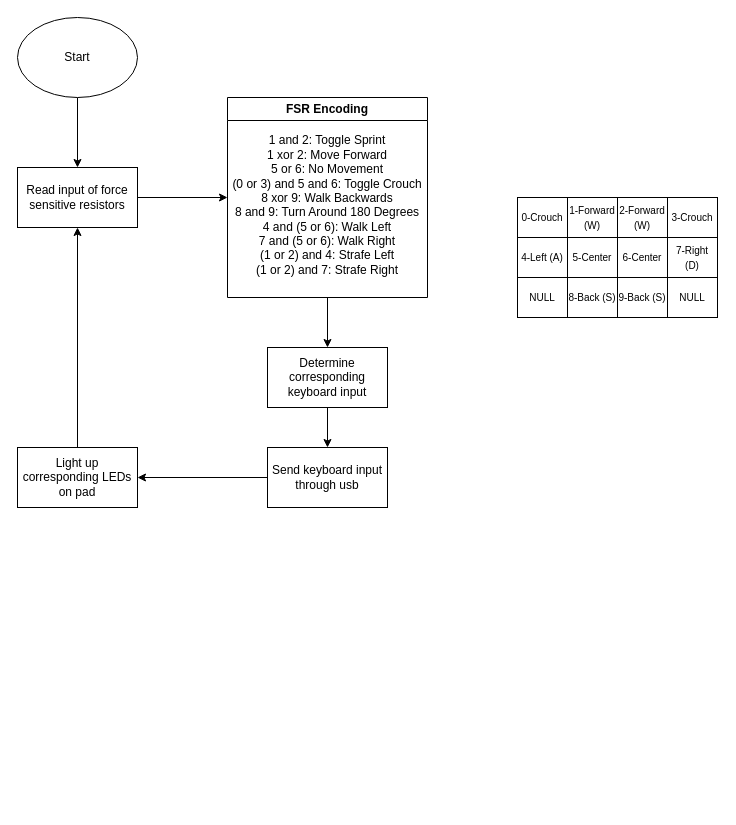
The draw.io diagram gamedev.drawio in nfox18212/gunproject, before the edit. Source tidied: cells renumbered, new cells numbered last; positions are measured from the earlier drawing's top-left corner, leaving out a move shared by most shapes. Both pictures are drawn from the tidied source at 100%, with x=0, y=0 at pixel (17, 17).
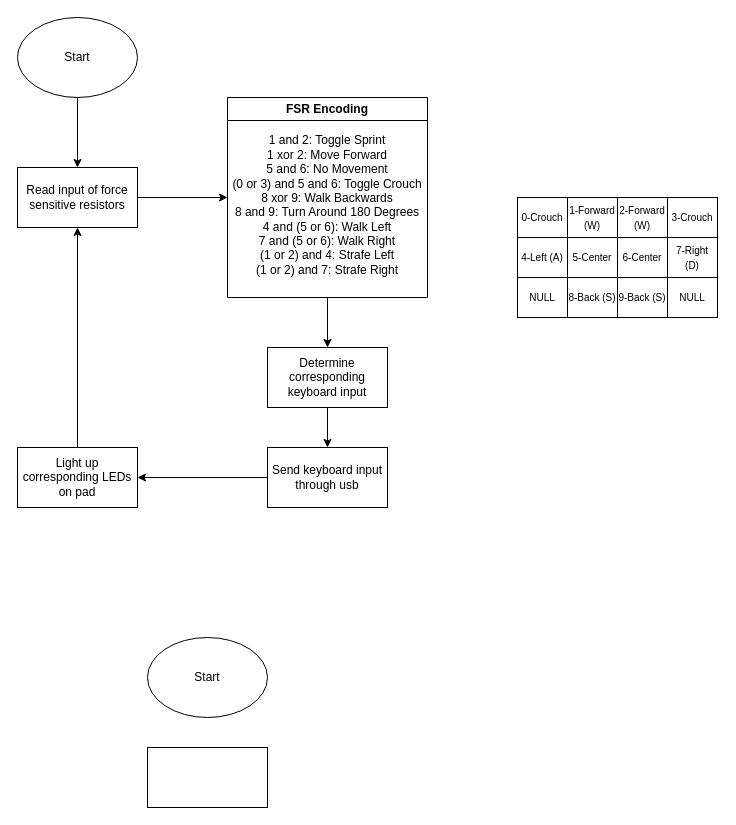
The same diagram, later.

Unchanged cells that the change refers to:
```xml
<mxCell id="6" value="FSR Encoding" style="swimlane;whiteSpace=wrap;html=1;" parent="1" vertex="1">
  <mxGeometry x="210" y="80" width="200" height="200" as="geometry" />
</mxCell>
```

Diff of the diagram source:
```diff
@@
-    <mxCell id="7" value="1 and 2: Toggle Sprint&lt;br&gt;&lt;div&gt;1 xor 2: Move Forward&lt;/div&gt;&lt;div&gt;5 or 6: No Movement&lt;/div&gt;&lt;div&gt;(0 or 3) and 5 and 6: Toggle Crouch&lt;/div&gt;&lt;div&gt;8 xor 9: Walk Backwards&lt;/div&gt;&lt;div&gt;8 and 9: Turn Around 180 Degrees&lt;br&gt;&lt;/div&gt;&lt;div&gt;4 and (5 or 6): Walk Left&lt;/div&gt;&lt;div&gt;7 and (5 or 6): Walk Right&lt;/div&gt;&lt;div&gt;(1 or 2) and 4: Strafe Left&lt;/div&gt;&lt;div&gt;(1 or 2) and 7: Strafe Right&lt;br&gt;&lt;/div&gt;&lt;div&gt;&lt;br&gt;&lt;/div&gt;" style="text;html=1;align=center;verticalAlign=middle;whiteSpace=wrap;rounded=0;fontFamily=Helvetica;fontSize=12;fontColor=default;" parent="6" vertex="1">
+    <mxCell id="7" value="1 and 2: Toggle Sprint&lt;br&gt;&lt;div&gt;1 xor 2: Move Forward&lt;/div&gt;&lt;div&gt;5 and 6: No Movement&lt;/div&gt;&lt;div&gt;(0 or 3) and 5 and 6: Toggle Crouch&lt;/div&gt;&lt;div&gt;8 xor 9: Walk Backwards&lt;/div&gt;&lt;div&gt;8 and 9: Turn Around 180 Degrees&lt;br&gt;&lt;/div&gt;&lt;div&gt;4 and (5 or 6): Walk Left&lt;/div&gt;&lt;div&gt;7 and (5 or 6): Walk Right&lt;/div&gt;&lt;div&gt;(1 or 2) and 4: Strafe Left&lt;/div&gt;&lt;div&gt;(1 or 2) and 7: Strafe Right&lt;br&gt;&lt;/div&gt;&lt;div&gt;&lt;br&gt;&lt;/div&gt;" style="text;html=1;align=center;verticalAlign=middle;whiteSpace=wrap;rounded=0;fontFamily=Helvetica;fontSize=12;fontColor=default;" parent="6" vertex="1">
       <mxGeometry y="30" width="200" height="170" as="geometry" />
     </mxCell>
@@
+    <mxCell id="33" value="Start" style="ellipse;whiteSpace=wrap;html=1;" parent="1" vertex="1">
+      <mxGeometry x="130" y="620" width="120" height="80" as="geometry" />
+    </mxCell>
+    <mxCell id="34" style="rounded=0;whiteSpace=wrap;html=1;" parent="1" vertex="1">
+      <mxGeometry x="130" y="730" width="120" height="60" as="geometry" />
+    </mxCell>
```
